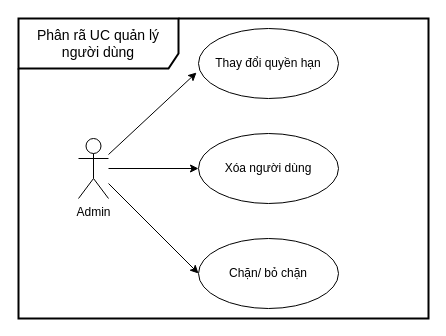
Earlier version of the draw.io diagram page "UC_QuanlyNgDung" (2 of 7) of usecase-diagrams.drawio (KMA-TTCS-Nhom32/documents). Source tidied: cells renumbered, new cells numbered last; positions are measured from the earlier drawing's top-left corner, leaving out a move shared by most shapes. Both pictures are drawn from the tidied source at 100%, with x=0, y=0 at pixel (18, 18).
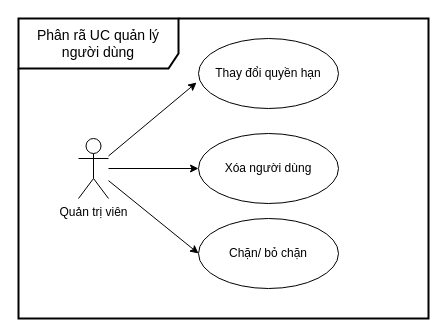
After the change.

Change to the diagram source:
```diff
@@
 <mxGraphModel>
   <root>
     <mxCell id="0" />
     <mxCell id="1" parent="0" />
     <mxCell id="2" style="rounded=0;jettySize=auto;html=1;entryX=0;entryY=0.5;entryDx=0;entryDy=0;" parent="1" edge="1" source="4" target="6">
       <mxGeometry relative="1" as="geometry" />
     </mxCell>
-    <mxCell id="3" style="rounded=0;jettySize=auto;html=1;" parent="1" edge="1" source="4" target="9">
+    <mxCell id="3" style="edgeStyle=orthogonalEdgeStyle;rounded=0;jettySize=auto;html=1;entryX=0;entryY=0.5;entryDx=0;entryDy=0;" parent="1" edge="1" source="4" target="9">
       <mxGeometry relative="1" as="geometry" />
     </mxCell>
-    <mxCell id="4" value="Admin" style="shape=umlActor;verticalLabelPosition=bottom;verticalAlign=top;html=1;" parent="1" vertex="1">
+    <mxCell id="4" value="Quản trị viên" style="shape=umlActor;verticalLabelPosition=bottom;verticalAlign=top;html=1;" parent="1" vertex="1">
       <mxGeometry x="60" y="120" width="30" height="60" as="geometry" />
     </mxCell>
     <mxCell id="5" value="Thay đổi quyền hạn" style="ellipse;whiteSpace=wrap;html=1;" parent="1" vertex="1">
-      <mxGeometry x="180" y="10" width="140" height="70" as="geometry" />
+      <mxGeometry x="180" y="20" width="140" height="70" as="geometry" />
     </mxCell>
     <mxCell id="6" value="Chặn/ bỏ chặn" style="ellipse;whiteSpace=wrap;html=1;" parent="1" vertex="1">
-      <mxGeometry x="180" y="220" width="140" height="70" as="geometry" />
+      <mxGeometry x="180" y="200" width="140" height="70" as="geometry" />
     </mxCell>
     <mxCell id="7" style="rounded=0;jettySize=auto;html=1;entryX=-0.014;entryY=0.629;entryDx=0;entryDy=0;entryPerimeter=0;" parent="1" edge="1" source="4" target="5">
       <mxGeometry relative="1" as="geometry" />
     </mxCell>
     <mxCell id="8" value="&lt;font style=&quot;font-size: 14px;&quot;&gt;Phân rã UC quản lý người dùng&lt;/font&gt;" style="shape=umlFrame;whiteSpace=wrap;html=1;width=160;height=50;strokeWidth=2;" parent="1" vertex="1">
       <mxGeometry width="410" height="300" as="geometry" />
     </mxCell>
     <mxCell id="9" value="Xóa người dùng" style="ellipse;whiteSpace=wrap;html=1;" parent="1" vertex="1">
       <mxGeometry x="180" y="115" width="140" height="70" as="geometry" />
     </mxCell>
   </root>
 </mxGraphModel>
```
